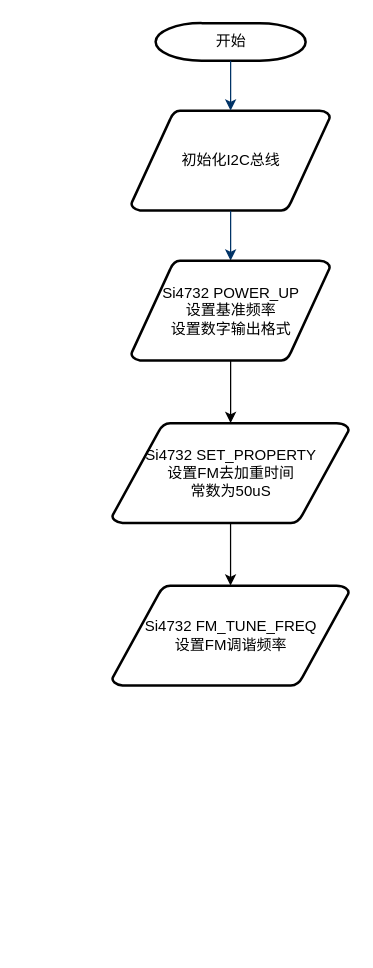
Before: Untitled Diagram.drawio in razor/1102_decoration, a draw.io diagram. Source tidied: cells renumbered, new cells numbered last; positions are measured from the earlier drawing's top-left corner, leaving out a move shared by most shapes. Both pictures are drawn from the tidied source at 125%, with x=0, y=0 at pixel (111, 22).
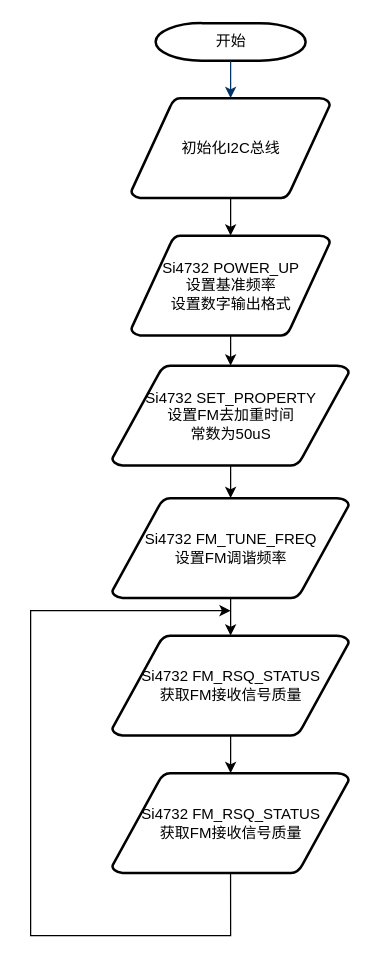
The same diagram, later.

The edit, as a diff of the source:
```diff
@@
 <mxGraphModel>
   <root>
     <mxCell id="0" />
     <mxCell id="1" parent="0" />
     <mxCell id="2" value="开始" style="shape=mxgraph.flowchart.terminator;strokeWidth=2;gradientColor=none;gradientDirection=north;fontStyle=0;html=1;" parent="1" vertex="1">
       <mxGeometry x="35" width="120" height="30" as="geometry" />
     </mxCell>
+    <mxCell id="11" style="edgeStyle=orthogonalEdgeStyle;rounded=0;jettySize=auto;html=1;" parent="1" edge="1" source="3" target="7">
+      <mxGeometry relative="1" as="geometry" />
+    </mxCell>
     <mxCell id="3" value="初始化I2C总线" style="shape=mxgraph.flowchart.data;strokeWidth=2;gradientColor=none;gradientDirection=north;fontStyle=0;html=1;" parent="1" vertex="1">
-      <mxGeometry x="15.5" y="70" width="159" height="80" as="geometry" />
+      <mxGeometry x="15.5" y="60" width="159" height="80" as="geometry" />
     </mxCell>
     <mxCell id="4" style="fontStyle=1;strokeColor=#003366;strokeWidth=1;html=1;" parent="1" edge="1" source="2" target="3">
       <mxGeometry relative="1" as="geometry" />
     </mxCell>
-    <mxCell id="5" style="fontStyle=1;strokeColor=#003366;strokeWidth=1;html=1;" parent="1" edge="1" source="3">
-      <mxGeometry relative="1" as="geometry">
-        <mxPoint x="95" y="190" as="targetPoint" />
-      </mxGeometry>
-    </mxCell>
     <mxCell id="6" style="edgeStyle=orthogonalEdgeStyle;rounded=0;jettySize=auto;html=1;" parent="1" edge="1" source="7" target="9">
       <mxGeometry relative="1" as="geometry" />
     </mxCell>
     <mxCell id="7" value="Si4732 POWER_UP&lt;br&gt;设置基准频率&lt;br&gt;设置数字输出格式" style="shape=mxgraph.flowchart.data;strokeWidth=2;gradientColor=none;gradientDirection=north;fontStyle=0;html=1;" parent="1" vertex="1">
-      <mxGeometry x="15.5" y="190" width="159" height="80" as="geometry" />
+      <mxGeometry x="15.5" y="170" width="159" height="80" as="geometry" />
     </mxCell>
     <mxCell id="8" style="edgeStyle=orthogonalEdgeStyle;rounded=0;jettySize=auto;html=1;" parent="1" edge="1" source="9" target="10">
       <mxGeometry relative="1" as="geometry" />
     </mxCell>
     <mxCell id="9" value="Si4732 SET_PROPERTY&lt;br&gt;设置FM去加重时间&lt;br&gt;常数为50uS" style="shape=mxgraph.flowchart.data;strokeWidth=2;gradientColor=none;gradientDirection=north;fontStyle=0;html=1;" parent="1" vertex="1">
-      <mxGeometry x="0.2" y="320" width="189.5" height="80" as="geometry" />
+      <mxGeometry x="0.2" y="274" width="189.5" height="80" as="geometry" />
     </mxCell>
+    <mxCell id="12" style="edgeStyle=orthogonalEdgeStyle;rounded=0;jettySize=auto;html=1;" parent="1" edge="1" source="10" target="14">
+      <mxGeometry relative="1" as="geometry" />
+    </mxCell>
     <mxCell id="10" value="Si4732 FM_TUNE_FREQ&lt;br&gt;设置FM调谐频率" style="shape=mxgraph.flowchart.data;strokeWidth=2;gradientColor=none;gradientDirection=north;fontStyle=0;html=1;" parent="1" vertex="1">
-      <mxGeometry x="0.2" y="450" width="189.5" height="80" as="geometry" />
+      <mxGeometry x="0.2" y="380" width="189.5" height="80" as="geometry" />
     </mxCell>
+    <mxCell id="13" style="edgeStyle=orthogonalEdgeStyle;rounded=0;jettySize=auto;html=1;" parent="1" edge="1" source="14" target="15">
+      <mxGeometry relative="1" as="geometry" />
+    </mxCell>
+    <mxCell id="14" value="Si4732 FM_RSQ_STATUS&lt;br&gt;获取FM接收信号质量" style="shape=mxgraph.flowchart.data;strokeWidth=2;gradientColor=none;gradientDirection=north;fontStyle=0;html=1;" parent="1" vertex="1">
+      <mxGeometry x="0.2" y="490" width="189.5" height="80" as="geometry" />
+    </mxCell>
+    <mxCell id="15" value="Si4732 FM_RSQ_STATUS&lt;br&gt;获取FM接收信号质量" style="shape=mxgraph.flowchart.data;strokeWidth=2;gradientColor=none;gradientDirection=north;fontStyle=0;html=1;" parent="1" vertex="1">
+      <mxGeometry x="0.2" y="600" width="189.5" height="80" as="geometry" />
+    </mxCell>
+    <mxCell id="16" style="endArrow=classic;html=1;rounded=0;exitX=0.5;exitY=1;exitDx=0;exitDy=0;exitPerimeter=0;" parent="1" edge="1" source="15">
+      <mxGeometry relative="1" as="geometry">
+        <mxPoint x="95" y="470" as="targetPoint" />
+        <Array as="points">
+          <mxPoint x="95" y="730" />
+          <mxPoint x="-65" y="730" />
+          <mxPoint x="-65" y="470" />
+        </Array>
+      </mxGeometry>
+    </mxCell>
   </root>
 </mxGraphModel>
```
